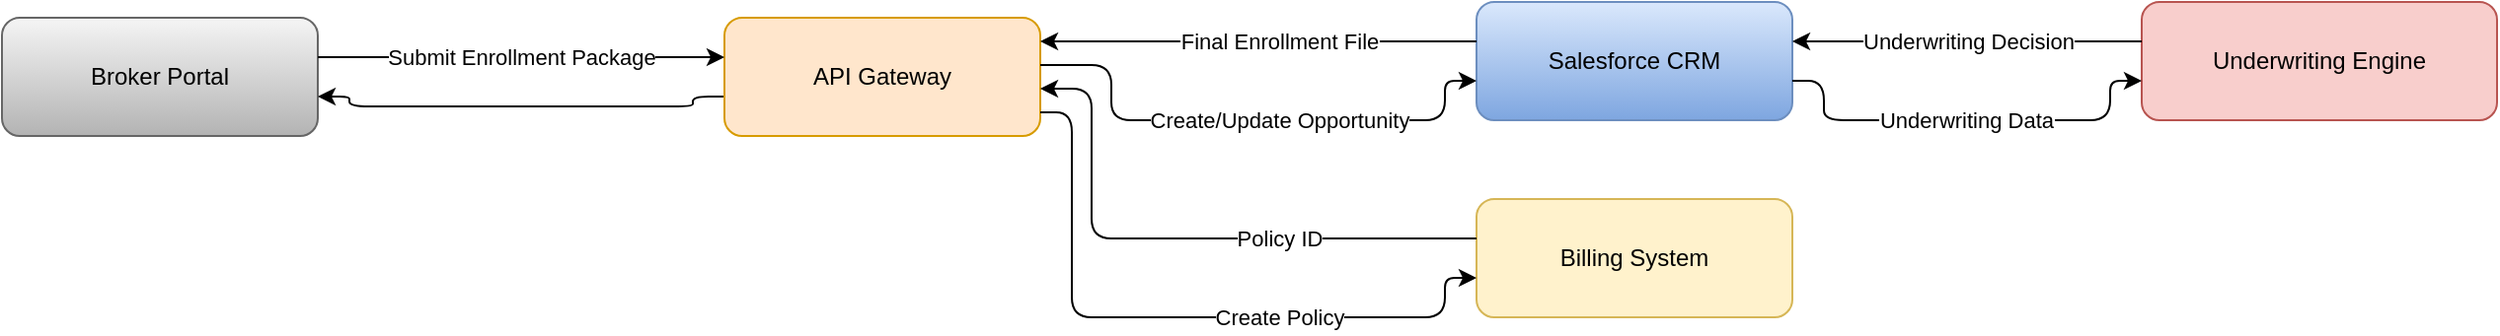
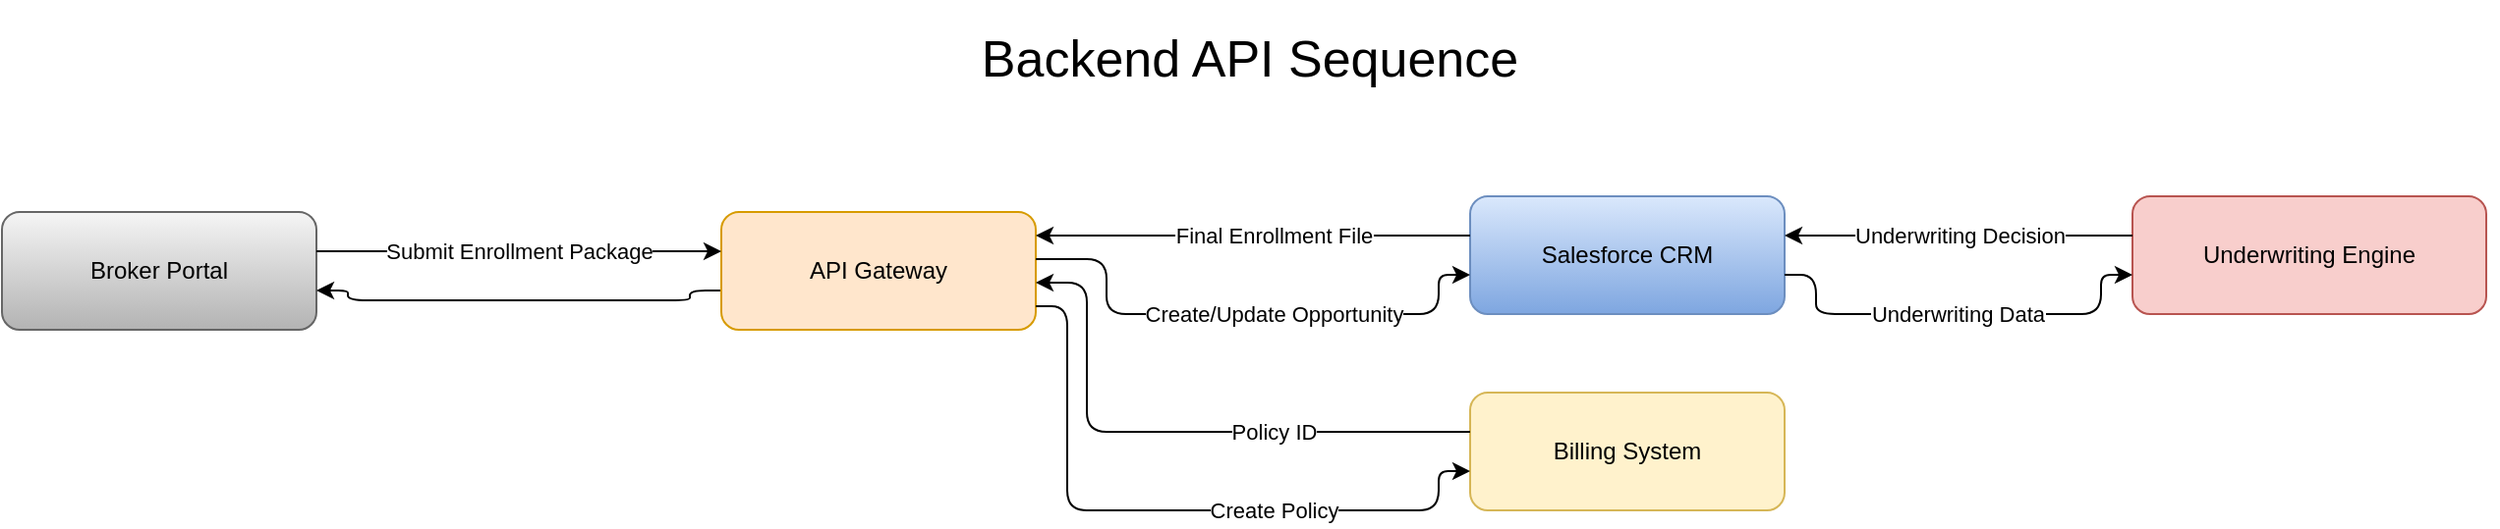
<mxfile host="app.diagrams.net">
  <diagram name="API Sequence Diagram" id="izxw_miAByLI5a-bZk4M">
    <mxGraphModel dx="1406" dy="780" grid="1" gridSize="10" guides="1" tooltips="1" connect="1" arrows="1" fold="1" page="1" pageScale="1" pageWidth="850" pageHeight="1100" math="0" shadow="0">
      <root>
        <mxCell id="0" />
        <mxCell id="1" parent="0" />
        <mxCell id="oP7KjZqFhEcmN5TcRtWK-13" parent="1" style="rounded=1;whiteSpace=wrap;html=1;fillColor=#f5f5f5;strokeColor=#666666;gradientColor=#b3b3b3;" value="Broker Portal" vertex="1">
          <mxGeometry height="60" width="160" x="40" y="128" as="geometry" />
        </mxCell>
        <mxCell id="oP7KjZqFhEcmN5TcRtWK-25" edge="1" parent="1" source="oP7KjZqFhEcmN5TcRtWK-14" style="edgeStyle=orthogonalEdgeStyle;rounded=1;orthogonalLoop=1;jettySize=auto;html=1;curved=0;exitX=0;exitY=0.6667;entryX=1;entryY=0.6667;" target="oP7KjZqFhEcmN5TcRtWK-13" value="">
          <mxGeometry relative="1" as="geometry">
            <Array as="points">
              <mxPoint x="390" y="168" />
              <mxPoint x="390" y="173" />
              <mxPoint x="216" y="173" />
              <mxPoint x="216" y="168" />
            </Array>
          </mxGeometry>
        </mxCell>
        <mxCell id="oP7KjZqFhEcmN5TcRtWK-14" parent="1" style="rounded=1;whiteSpace=wrap;html=1;fillColor=light-dark(#FFE6CC,#3399FF);strokeColor=#d79b00;" value="API Gateway" vertex="1">
          <mxGeometry height="60" width="160" x="406" y="128" as="geometry" />
        </mxCell>
        <mxCell id="oP7KjZqFhEcmN5TcRtWK-15" parent="1" style="rounded=1;whiteSpace=wrap;html=1;fillColor=#dae8fc;strokeColor=#6c8ebf;gradientColor=#7ea6e0;" value="Salesforce CRM" vertex="1">
          <mxGeometry height="60" width="160" x="787" y="120" as="geometry" />
        </mxCell>
        <mxCell id="oP7KjZqFhEcmN5TcRtWK-16" parent="1" style="rounded=1;whiteSpace=wrap;html=1;fillColor=#f8cecc;strokeColor=#b85450;" value="Underwriting Engine" vertex="1">
          <mxGeometry height="60" width="180" x="1124" y="120" as="geometry" />
        </mxCell>
        <mxCell id="oP7KjZqFhEcmN5TcRtWK-17" parent="1" style="rounded=1;whiteSpace=wrap;html=1;fillColor=light-dark(#fff2cc, #1e7d1c);strokeColor=#d6b656;" value="Billing System" vertex="1">
          <mxGeometry height="60" width="160" x="787" y="220" as="geometry" />
        </mxCell>
        <mxCell id="oP7KjZqFhEcmN5TcRtWK-18" edge="1" parent="1" source="oP7KjZqFhEcmN5TcRtWK-13" style="endArrow=classic;html=1;rounded=1;curved=0;exitX=1;exitY=0.3333;entryX=0;entryY=0.3333;edgeStyle=orthogonalEdgeStyle;" target="oP7KjZqFhEcmN5TcRtWK-14" value="Submit Enrollment Package">
          <mxGeometry relative="1" as="geometry">
            <mxPoint as="offset" />
            <Array as="points">
              <mxPoint x="303" y="148" />
            </Array>
          </mxGeometry>
        </mxCell>
        <mxCell id="oP7KjZqFhEcmN5TcRtWK-19" edge="1" parent="1" source="oP7KjZqFhEcmN5TcRtWK-14" style="endArrow=classic;html=1;rounded=1;curved=0;exitX=1;exitY=0.4;entryX=0;entryY=0.6667;edgeStyle=orthogonalEdgeStyle;" target="oP7KjZqFhEcmN5TcRtWK-15" value="Create/Update Opportunity">
          <mxGeometry relative="1" as="geometry">
            <mxPoint x="14" as="offset" />
            <Array as="points">
              <mxPoint x="602" y="152" />
              <mxPoint x="602" y="180" />
              <mxPoint x="771" y="180" />
              <mxPoint x="771" y="160" />
            </Array>
          </mxGeometry>
        </mxCell>
        <mxCell id="oP7KjZqFhEcmN5TcRtWK-20" edge="1" parent="1" source="oP7KjZqFhEcmN5TcRtWK-15" style="endArrow=classic;html=1;rounded=1;curved=0;exitX=1;exitY=0.6667;entryX=0;entryY=0.6667;edgeStyle=orthogonalEdgeStyle;" target="oP7KjZqFhEcmN5TcRtWK-16" value="Underwriting Data">
          <mxGeometry relative="1" as="geometry">
            <mxPoint as="offset" />
            <Array as="points">
              <mxPoint x="963" y="160" />
              <mxPoint x="963" y="180" />
              <mxPoint x="1108" y="180" />
              <mxPoint x="1108" y="160" />
            </Array>
          </mxGeometry>
        </mxCell>
        <mxCell id="oP7KjZqFhEcmN5TcRtWK-21" edge="1" parent="1" source="oP7KjZqFhEcmN5TcRtWK-16" style="endArrow=classic;html=1;rounded=1;curved=0;exitX=0;exitY=0.3333;entryX=1;entryY=0.3333;edgeStyle=orthogonalEdgeStyle;" target="oP7KjZqFhEcmN5TcRtWK-15" value="Underwriting Decision">
          <mxGeometry relative="1" as="geometry">
            <mxPoint as="offset" />
            <Array as="points">
              <mxPoint x="1035.5" y="140" />
            </Array>
          </mxGeometry>
        </mxCell>
        <mxCell id="oP7KjZqFhEcmN5TcRtWK-22" edge="1" parent="1" source="oP7KjZqFhEcmN5TcRtWK-15" style="endArrow=classic;html=1;rounded=1;curved=0;exitX=0;exitY=0.3333;entryX=1;entryY=0.2;edgeStyle=orthogonalEdgeStyle;" target="oP7KjZqFhEcmN5TcRtWK-14" value="Final Enrollment File">
          <mxGeometry relative="1" as="geometry">
            <mxPoint x="10" as="offset" />
            <Array as="points">
              <mxPoint x="676.5" y="140" />
            </Array>
          </mxGeometry>
        </mxCell>
        <mxCell id="oP7KjZqFhEcmN5TcRtWK-23" edge="1" parent="1" source="oP7KjZqFhEcmN5TcRtWK-14" style="endArrow=classic;html=1;rounded=1;curved=0;exitX=1;exitY=0.8;entryX=0;entryY=0.6667;edgeStyle=orthogonalEdgeStyle;" target="oP7KjZqFhEcmN5TcRtWK-17" value="Create Policy">
          <mxGeometry relative="1" as="geometry">
            <mxPoint x="52" as="offset" />
            <Array as="points">
              <mxPoint x="582" y="176" />
              <mxPoint x="582" y="280" />
              <mxPoint x="771" y="280" />
              <mxPoint x="771" y="260" />
            </Array>
          </mxGeometry>
        </mxCell>
        <mxCell id="oP7KjZqFhEcmN5TcRtWK-24" edge="1" parent="1" source="oP7KjZqFhEcmN5TcRtWK-17" style="endArrow=classic;html=1;rounded=1;curved=0;exitX=0;exitY=0.3333;entryX=1;entryY=0.6;edgeStyle=orthogonalEdgeStyle;" target="oP7KjZqFhEcmN5TcRtWK-14" value="Policy ID">
          <mxGeometry relative="1" as="geometry">
            <mxPoint x="48" as="offset" />
            <Array as="points">
              <mxPoint x="592" y="240" />
              <mxPoint x="592" y="164" />
            </Array>
          </mxGeometry>
        </mxCell>
+         <mxCell id="XHleXtbdekxk2jalRVcj-1" parent="1" style="text;html=1;whiteSpace=wrap;strokeColor=none;fillColor=none;align=center;verticalAlign=middle;rounded=0;" value="&lt;font style=&quot;font-size: 26px;&quot;&gt;Backend API Sequence&lt;/font&gt;" vertex="1">
+           <mxGeometry height="60" width="1270" x="40" y="20" as="geometry" />
+         </mxCell>
      </root>
    </mxGraphModel>
  </diagram>
</mxfile>
